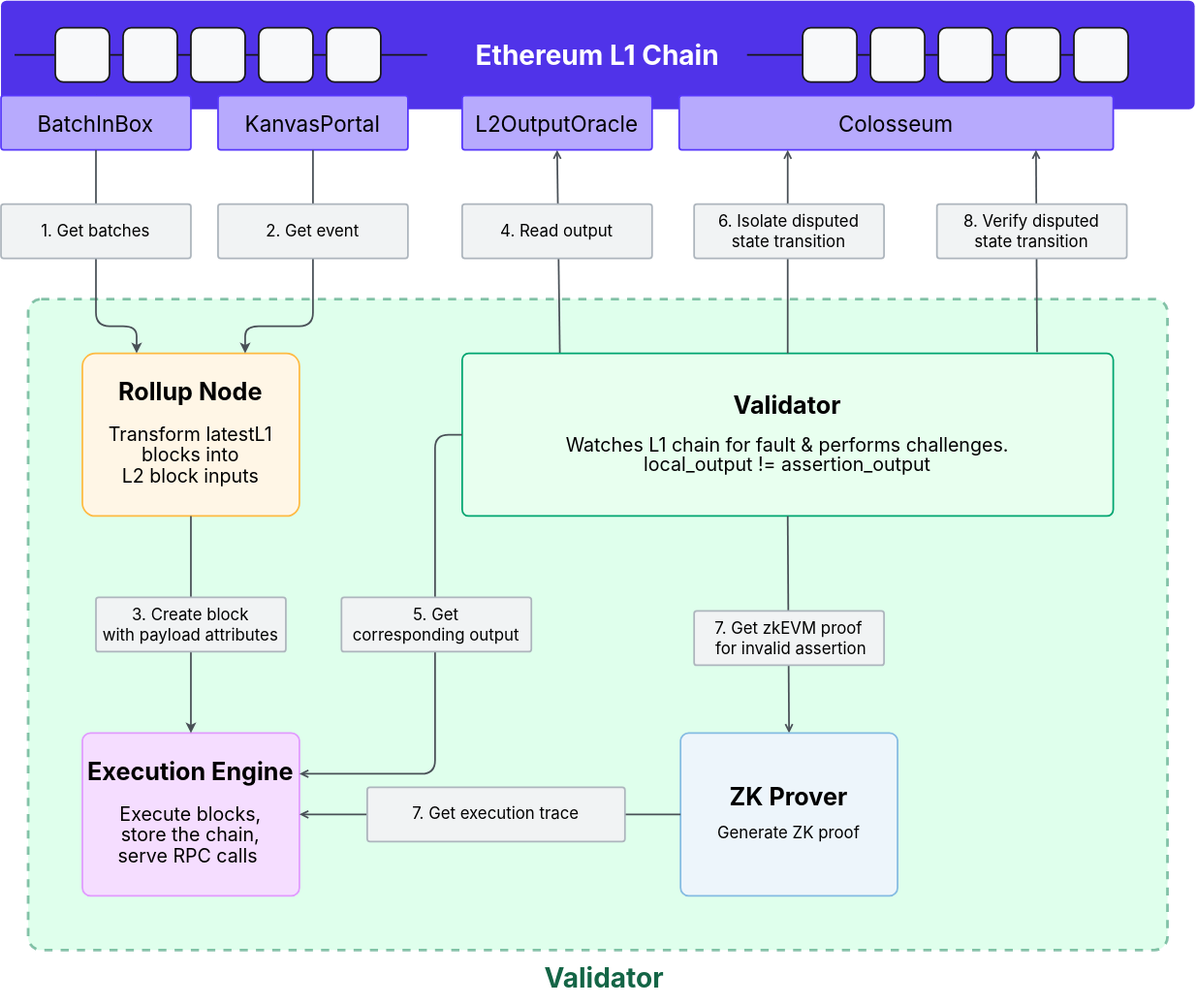
Earlier version of the draw.io export specs/assets/verifier-proving-fault-proof.svg (kroma-network/kroma). Source tidied: cells renumbered, new cells last; positions are measured from the earlier drawing's top-left corner, leaving out a move shared by most shapes.
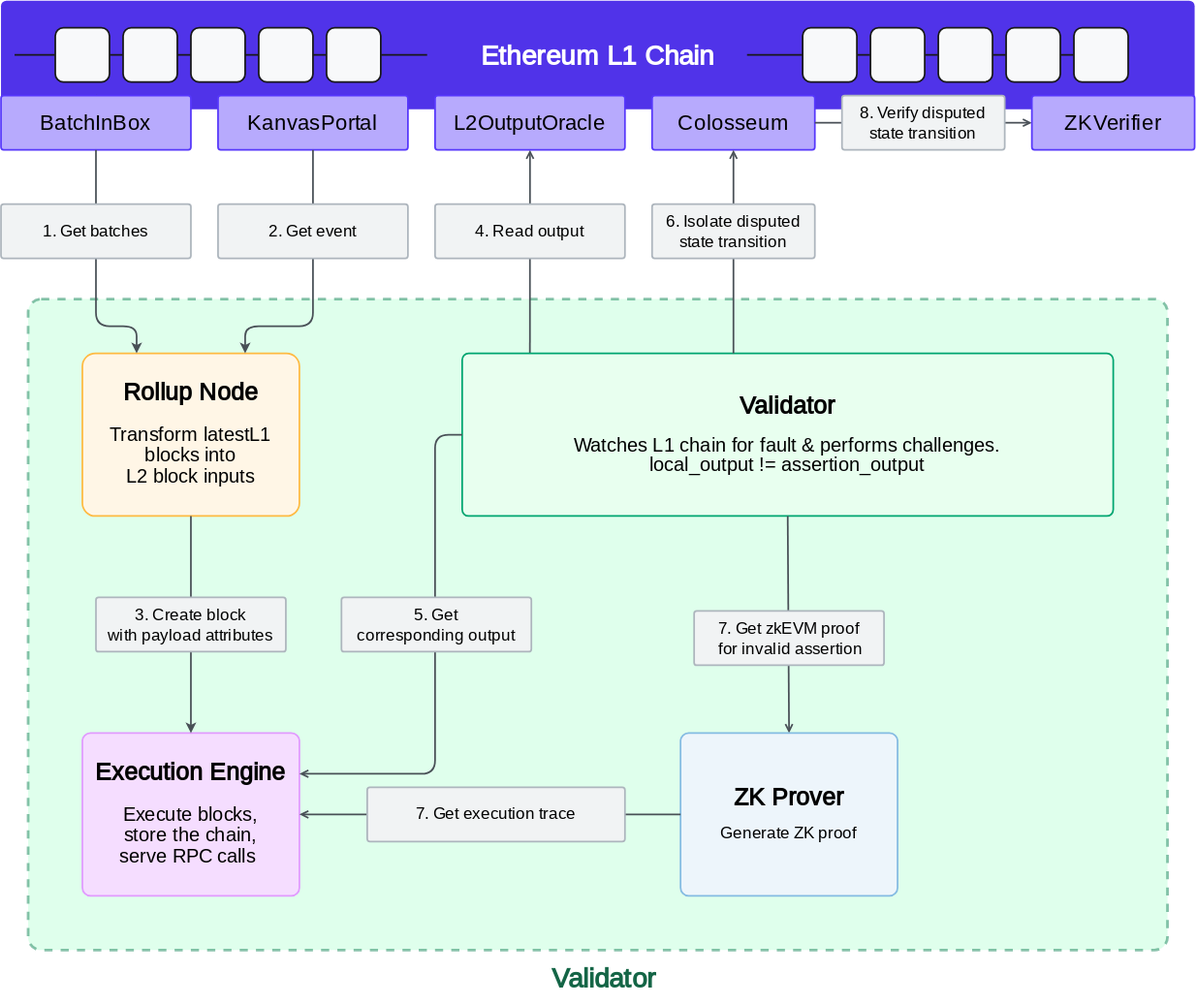
Above is the later version.

Diff of the diagram source:
```diff
@@ -8,7 +8,7 @@
     <mxCell id="3" value="&lt;font color=&quot;#ffffff&quot; size=&quot;1&quot; style=&quot;&quot;&gt;&lt;b style=&quot;font-size: 20px;&quot;&gt;Ethereum L1 Chain&lt;/b&gt;&lt;/font&gt;" style="rounded=1;whiteSpace=wrap;html=1;hachureGap=4;fontFamily=Inter;fontSource=https%3A%2F%2Ffonts.googleapis.com%2Fcss%3Ffamily%3DInter;fontSize=20;fillColor=#5033E9;strokeColor=none;arcSize=5;shadow=0;glass=0;" parent="1" vertex="1">
       <mxGeometry width="880" height="80" as="geometry" />
     </mxCell>
-    <mxCell id="4" style="edgeStyle=none;rounded=0;hachureGap=4;jettySize=auto;html=1;fontFamily=Inter;fontSource=https%3A%2F%2Ffonts.googleapis.com%2Fcss%3Ffamily%3DInter;fontSize=16;endArrow=open;sourcePerimeterSpacing=0;targetPerimeterSpacing=0;strokeWidth=1.25;endFill=0;strokeColor=#495057;jumpSize=6;endSize=4;jumpStyle=arc;startSize=4;startArrow=none;startFill=0;exitX=0.15;exitY=0.005;exitDx=0;exitDy=0;exitPerimeter=0;entryX=0.5;entryY=1;entryDx=0;entryDy=0;" parent="1" edge="1" source="20" target="19">
+    <mxCell id="4" style="edgeStyle=none;rounded=0;hachureGap=4;jettySize=auto;html=1;fontFamily=Inter;fontSource=https%3A%2F%2Ffonts.googleapis.com%2Fcss%3Ffamily%3DInter;fontSize=16;endArrow=open;sourcePerimeterSpacing=0;targetPerimeterSpacing=0;strokeWidth=1.25;endFill=0;strokeColor=#495057;jumpSize=6;endSize=4;jumpStyle=arc;startSize=4;startArrow=none;startFill=0;exitX=0.104;exitY=0.005;exitDx=0;exitDy=0;exitPerimeter=0;entryX=0.5;entryY=1;entryDx=0;entryDy=0;" parent="1" edge="1" source="20" target="19">
       <mxGeometry relative="1" as="geometry" />
     </mxCell>
     <mxCell id="5" style="group;" parent="1" vertex="1">
@@ -58,13 +58,13 @@
       <mxGeometry x="230" width="40" height="40" as="geometry" />
     </mxCell>
     <mxCell id="19" value="&lt;p style=&quot;line-height: 100%; font-size: 16px;&quot;&gt;L2OutputOracle&lt;br style=&quot;font-size: 16px;&quot;&gt;&lt;/p&gt;" style="rounded=1;whiteSpace=wrap;html=1;fontSize=16;fontFamily=Inter;fillColor=#B7AAFD;strokeColor=#5637FB;hachureGap=4;fontSource=https%3A%2F%2Ffonts.googleapis.com%2Fcss%3Ffamily%3DInter;arcSize=5;shadow=0;glass=0;spacing=0;strokeWidth=1.25;spacingTop=0;" parent="1" vertex="1">
-      <mxGeometry x="340" y="70" width="140" height="40" as="geometry" />
+      <mxGeometry x="320" y="70" width="140" height="40" as="geometry" />
     </mxCell>
     <mxCell id="20" value="&lt;p style=&quot;line-height: 100%;&quot;&gt;&lt;b style=&quot;border-color: var(--border-color);&quot;&gt;&lt;font style=&quot;border-color: var(--border-color); font-size: 18px;&quot;&gt;Validator&lt;/font&gt;&lt;br style=&quot;border-color: var(--border-color);&quot;&gt;&lt;/b&gt;&lt;br style=&quot;border-color: var(--border-color);&quot;&gt;&lt;span style=&quot;font-weight: normal;&quot;&gt;Watches L1 chain for fault &amp;amp; performs challenges.&lt;/span&gt;&lt;br style=&quot;border-color: var(--border-color);&quot;&gt;&lt;span style=&quot;font-weight: 400;&quot;&gt;local_output != assertion_output&lt;/span&gt;&lt;br&gt;&lt;/p&gt;" style="rounded=1;whiteSpace=wrap;html=1;fontSize=14;fontFamily=Inter;fillColor=#E8FFEF;strokeColor=#00A570;hachureGap=4;fontSource=https%3A%2F%2Ffonts.googleapis.com%2Fcss%3Ffamily%3DInter;arcSize=4;shadow=0;glass=0;spacing=0;strokeWidth=1.25;spacingTop=0;spacingLeft=10;spacingRight=10;fontStyle=1;" parent="1" vertex="1">
       <mxGeometry x="340" y="260" width="480" height="120" as="geometry" />
     </mxCell>
     <mxCell id="21" value="&lt;p style=&quot;line-height: 100%; font-size: 16px;&quot;&gt;Colosseum&lt;br style=&quot;font-size: 16px;&quot;&gt;&lt;/p&gt;" style="rounded=1;whiteSpace=wrap;html=1;fontSize=16;fontFamily=Inter;fillColor=#B7AAFD;strokeColor=#5637FB;hachureGap=4;fontSource=https%3A%2F%2Ffonts.googleapis.com%2Fcss%3Ffamily%3DInter;arcSize=5;shadow=0;glass=0;spacing=0;strokeWidth=1.25;spacingTop=0;" parent="1" vertex="1">
-      <mxGeometry x="500" y="70" width="320" height="40" as="geometry" />
+      <mxGeometry x="480" y="70" width="120" height="40" as="geometry" />
     </mxCell>
     <mxCell id="22" value="&lt;p style=&quot;line-height: 120%;&quot;&gt;&lt;font style=&quot;border-color: var(--border-color); font-size: 18px;&quot;&gt;&lt;b style=&quot;border-color: var(--border-color);&quot;&gt;Rollup Node&lt;/b&gt;&lt;/font&gt;&lt;br style=&quot;border-color: var(--border-color);&quot;&gt;&lt;br style=&quot;border-color: var(--border-color);&quot;&gt;&lt;font style=&quot;border-color: var(--border-color); font-size: 14px;&quot;&gt;Transform latestL1 blocks into&lt;br style=&quot;border-color: var(--border-color);&quot;&gt;L2 block inputs&lt;/font&gt;&lt;br&gt;&lt;/p&gt;" style="rounded=1;whiteSpace=wrap;html=1;fontSize=12;fontFamily=Inter;fillColor=#FFF6E6;strokeColor=#FFBA42;hachureGap=4;fontSource=https%3A%2F%2Ffonts.googleapis.com%2Fcss%3Ffamily%3DInter;arcSize=8;shadow=0;glass=0;spacing=0;strokeWidth=1.25;spacingTop=0;" parent="1" vertex="1">
       <mxGeometry x="60" y="260" width="160" height="120" as="geometry" />
@@ -90,7 +90,7 @@
       <mxGeometry x="501" y="540" width="160" height="120" as="geometry" />
     </mxCell>
     <mxCell id="28" value="4. Read output" style="rounded=1;whiteSpace=wrap;html=1;fontSize=12;fontFamily=Inter;fillColor=#F1F3F4;strokeColor=#ADB5BD;hachureGap=4;fontSource=https%3A%2F%2Ffonts.googleapis.com%2Fcss%3Ffamily%3DInter;arcSize=5;shadow=0;glass=0;spacing=0;strokeWidth=1.25;spacingTop=0;" parent="1" vertex="1">
-      <mxGeometry x="340" y="150" width="140" height="40" as="geometry" />
+      <mxGeometry x="320" y="150" width="140" height="40" as="geometry" />
     </mxCell>
     <mxCell id="29" value="&lt;font style=&quot;font-size: 12px;&quot;&gt;3. Create block&lt;br style=&quot;border-color: var(--border-color);&quot;&gt;with payload attributes&lt;/font&gt;" style="rounded=1;whiteSpace=wrap;html=1;fontSize=12;fontFamily=Inter;fillColor=#F1F3F4;strokeColor=#ADB5BD;hachureGap=4;fontSource=https%3A%2F%2Ffonts.googleapis.com%2Fcss%3Ffamily%3DInter;arcSize=5;shadow=0;glass=0;spacing=0;strokeWidth=1.25;spacingTop=0;" parent="1" vertex="1">
       <mxGeometry x="70" y="440" width="140" height="40" as="geometry" />
@@ -101,11 +101,13 @@
     <mxCell id="31" value="&lt;font style=&quot;font-size: 12px;&quot;&gt;7. Get zkEVM proof&lt;br style=&quot;border-color: var(--border-color);&quot;&gt;&amp;nbsp;for invalid assertion&lt;/font&gt;" style="rounded=1;whiteSpace=wrap;html=1;fontSize=12;fontFamily=Inter;fillColor=#F1F3F4;strokeColor=#ADB5BD;hachureGap=4;fontSource=https%3A%2F%2Ffonts.googleapis.com%2Fcss%3Ffamily%3DInter;arcSize=5;shadow=0;glass=0;spacing=0;strokeWidth=1.25;spacingTop=0;" parent="1" vertex="1">
       <mxGeometry x="511" y="450" width="140" height="40" as="geometry" />
     </mxCell>
-    <mxCell id="32" style="edgeStyle=none;rounded=0;hachureGap=4;jettySize=auto;html=1;fontFamily=Inter;fontSource=https%3A%2F%2Ffonts.googleapis.com%2Fcss%3Ffamily%3DInter;fontSize=16;endArrow=open;sourcePerimeterSpacing=0;targetPerimeterSpacing=0;strokeWidth=1.25;endFill=0;strokeColor=#495057;jumpSize=6;endSize=4;jumpStyle=arc;startSize=4;startArrow=none;startFill=0;entryX=0.25;entryY=1;entryDx=0;entryDy=0;exitX=0.5;exitY=0;exitDx=0;exitDy=0;" parent="1" edge="1" source="20" target="21">
-      <mxGeometry relative="1" as="geometry" />
+    <mxCell id="32" style="edgeStyle=none;rounded=0;hachureGap=4;jettySize=auto;html=1;fontFamily=Inter;fontSource=https%3A%2F%2Ffonts.googleapis.com%2Fcss%3Ffamily%3DInter;fontSize=16;endArrow=open;sourcePerimeterSpacing=0;targetPerimeterSpacing=0;strokeWidth=1.25;endFill=0;strokeColor=#495057;jumpSize=6;endSize=4;jumpStyle=arc;startSize=4;startArrow=none;startFill=0;entryX=0.5;entryY=1;entryDx=0;entryDy=0;" parent="1" edge="1" target="21">
+      <mxGeometry relative="1" as="geometry">
+        <mxPoint x="540" y="260" as="sourcePoint" />
+      </mxGeometry>
     </mxCell>
     <mxCell id="33" value="&lt;font style=&quot;font-size: 12px;&quot;&gt;6. Isolate disputed&lt;br style=&quot;border-color: var(--border-color);&quot;&gt;state transition&lt;/font&gt;" style="rounded=1;whiteSpace=wrap;html=1;fontSize=12;fontFamily=Inter;fillColor=#F1F3F4;strokeColor=#ADB5BD;hachureGap=4;fontSource=https%3A%2F%2Ffonts.googleapis.com%2Fcss%3Ffamily%3DInter;arcSize=5;shadow=0;glass=0;spacing=0;strokeWidth=1.25;spacingTop=0;" parent="1" vertex="1">
-      <mxGeometry x="511" y="150" width="140" height="40" as="geometry" />
+      <mxGeometry x="480" y="150" width="120" height="40" as="geometry" />
     </mxCell>
     <mxCell id="34" style="edgeStyle=none;rounded=0;hachureGap=4;jettySize=auto;html=1;fontFamily=Inter;fontSource=https%3A%2F%2Ffonts.googleapis.com%2Fcss%3Ffamily%3DInter;fontSize=16;endArrow=open;sourcePerimeterSpacing=0;targetPerimeterSpacing=0;strokeWidth=1.25;endFill=0;strokeColor=#495057;jumpSize=1;endSize=4;jumpStyle=arc;startSize=4;startArrow=none;startFill=0;exitX=0;exitY=0.5;exitDx=0;exitDy=0;" parent="1" edge="1" source="27" target="23">
       <mxGeometry relative="1" as="geometry" />
@@ -119,12 +121,9 @@
     <mxCell id="37" style="edgeStyle=none;rounded=0;hachureGap=4;jettySize=auto;html=1;fontFamily=Inter;fontSource=https%3A%2F%2Ffonts.googleapis.com%2Fcss%3Ffamily%3DInter;fontSize=16;endArrow=classic;sourcePerimeterSpacing=0;targetPerimeterSpacing=0;strokeWidth=1.25;endFill=1;strokeColor=#495057;jumpSize=6;endSize=4;jumpStyle=arc;startSize=4;startArrow=none;startFill=0;exitX=0.5;exitY=0;exitDx=0;exitDy=0;entryX=0.157;entryY=1.013;entryDx=0;entryDy=0;entryPerimeter=0;" parent="1" edge="1" source="40" target="3">
       <mxGeometry relative="1" as="geometry" />
     </mxCell>
-    <mxCell id="38" style="edgeStyle=none;rounded=0;hachureGap=4;jettySize=auto;html=1;fontFamily=Inter;fontSource=https%3A%2F%2Ffonts.googleapis.com%2Fcss%3Ffamily%3DInter;fontSize=16;endArrow=open;sourcePerimeterSpacing=0;targetPerimeterSpacing=0;strokeWidth=1.25;endFill=0;strokeColor=#495057;jumpSize=6;endSize=4;jumpStyle=arc;startSize=4;startArrow=none;startFill=0;entryX=0.822;entryY=1;entryDx=0;entryDy=0;exitX=0.883;exitY=-0.008;exitDx=0;exitDy=0;entryPerimeter=0;exitPerimeter=0;" parent="1" edge="1" source="20" target="21">
+    <mxCell id="38" style="edgeStyle=none;rounded=0;hachureGap=4;jettySize=auto;html=1;fontFamily=Inter;fontSource=https%3A%2F%2Ffonts.googleapis.com%2Fcss%3Ffamily%3DInter;fontSize=16;endArrow=open;sourcePerimeterSpacing=0;targetPerimeterSpacing=0;strokeWidth=1.25;endFill=0;strokeColor=#495057;jumpSize=6;endSize=4;jumpStyle=arc;startSize=4;startArrow=none;startFill=0;entryX=0;entryY=0.5;entryDx=0;entryDy=0;exitX=1;exitY=0.5;exitDx=0;exitDy=0;" parent="1" edge="1" source="39" target="46">
       <mxGeometry relative="1" as="geometry" />
     </mxCell>
-    <mxCell id="39" value="&lt;font style=&quot;font-size: 12px;&quot;&gt;8. Verify disputed&lt;br style=&quot;border-color: var(--border-color);&quot;&gt;state transition&lt;/font&gt;" style="rounded=1;whiteSpace=wrap;html=1;fontSize=12;fontFamily=Inter;fillColor=#F1F3F4;strokeColor=#ADB5BD;hachureGap=4;fontSource=https%3A%2F%2Ffonts.googleapis.com%2Fcss%3Ffamily%3DInter;arcSize=5;shadow=0;glass=0;spacing=0;strokeWidth=1.25;spacingTop=0;" parent="1" vertex="1">
-      <mxGeometry x="690" y="150" width="140" height="40" as="geometry" />
-    </mxCell>
     <mxCell id="40" value="&lt;p style=&quot;line-height: 100%; font-size: 16px;&quot;&gt;BatchInBox&lt;/p&gt;" style="rounded=1;whiteSpace=wrap;html=1;fontSize=16;fontFamily=Inter;fillColor=#B7AAFD;strokeColor=#5637FB;hachureGap=4;fontSource=https%3A%2F%2Ffonts.googleapis.com%2Fcss%3Ffamily%3DInter;arcSize=5;shadow=0;glass=0;spacing=0;strokeWidth=1.25;spacingTop=0;" parent="1" vertex="1">
       <mxGeometry y="70" width="140" height="40" as="geometry" />
     </mxCell>
@@ -153,5 +152,14 @@
     <mxCell id="45" value="2. Get event" style="rounded=1;whiteSpace=wrap;html=1;fontSize=12;fontFamily=Inter;fillColor=#F1F3F4;strokeColor=#ADB5BD;hachureGap=4;fontSource=https%3A%2F%2Ffonts.googleapis.com%2Fcss%3Ffamily%3DInter;arcSize=5;shadow=0;glass=0;spacing=0;strokeWidth=1.25;spacingTop=0;" parent="1" vertex="1">
       <mxGeometry x="160" y="150" width="140" height="40" as="geometry" />
     </mxCell>
+    <mxCell id="46" value="&lt;p style=&quot;line-height: 100%; font-size: 16px;&quot;&gt;ZKVerifier&lt;br style=&quot;font-size: 16px;&quot;&gt;&lt;/p&gt;" style="rounded=1;whiteSpace=wrap;html=1;fontSize=16;fontFamily=Inter;fillColor=#B7AAFD;strokeColor=#5637FB;hachureGap=4;fontSource=https%3A%2F%2Ffonts.googleapis.com%2Fcss%3Ffamily%3DInter;arcSize=5;shadow=0;glass=0;spacing=0;strokeWidth=1.25;spacingTop=0;" parent="1" vertex="1">
+      <mxGeometry x="760" y="70" width="120" height="40" as="geometry" />
+    </mxCell>
+    <mxCell id="47" style="edgeStyle=none;rounded=0;hachureGap=4;jettySize=auto;html=1;fontFamily=Inter;fontSource=https%3A%2F%2Ffonts.googleapis.com%2Fcss%3Ffamily%3DInter;fontSize=16;endArrow=none;sourcePerimeterSpacing=0;targetPerimeterSpacing=0;strokeWidth=1.25;endFill=0;strokeColor=#495057;jumpSize=6;endSize=4;jumpStyle=arc;startSize=4;startArrow=none;startFill=0;entryX=0;entryY=0.5;entryDx=0;entryDy=0;exitX=1;exitY=0.5;exitDx=0;exitDy=0;" parent="1" edge="1" source="21" target="39">
+      <mxGeometry relative="1" as="geometry" />
+    </mxCell>
+    <mxCell id="39" value="&lt;font style=&quot;font-size: 12px;&quot;&gt;8. Verify disputed&lt;br style=&quot;border-color: var(--border-color);&quot;&gt;state transition&lt;/font&gt;" style="rounded=1;whiteSpace=wrap;html=1;fontSize=12;fontFamily=Inter;fillColor=#F1F3F4;strokeColor=#ADB5BD;hachureGap=4;fontSource=https%3A%2F%2Ffonts.googleapis.com%2Fcss%3Ffamily%3DInter;arcSize=5;shadow=0;glass=0;spacing=0;strokeWidth=1.25;spacingTop=0;" parent="1" vertex="1">
+      <mxGeometry x="620" y="70" width="120" height="40" as="geometry" />
+    </mxCell>
   </root>
 </mxGraphModel>
```
